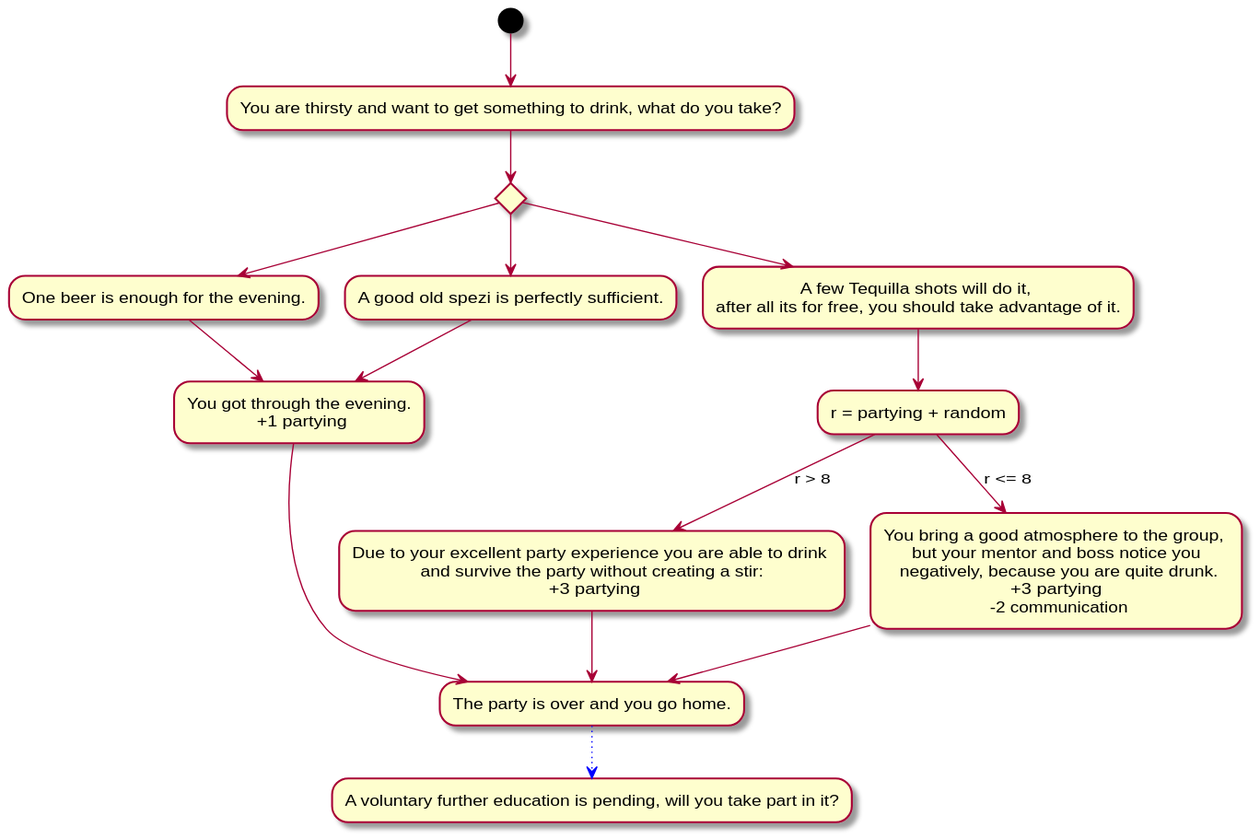
This is Docs/Technical Specifications/docs/diagrams/StoryFlow/StoryFlow_Decision_8.svg from Brotenko/QualityQuest, a PlantUML export, as it was before one commit. The source it was exported from:
```plantuml
@startuml
(*) --> "You are thirsty and want to get something to drink, what do you take?" as alc
if "" then
--> "One beer is enough for the evening." as genießen
genießen --> "You got through the evening.\n +1 partying" as party
else
--> "A good old spezi is perfectly sufficient."
--> party
else
--> "A few Tequilla shots will do it, \nafter all its for free, you should take advantage of it." as saufen

endif

saufen --> "r = partying + random" as r
r --> [r > 8] "Due to your excellent party experience you are able to drink \n and survive the party without creating a stir: \n +3 partying" as alci
r --> [r <= 8] "You bring a good atmosphere to the group, \n but your mentor and boss notice you \n negatively, because you are quite drunk.\n +3 partying \n -2 communication"
--> "The party is over and you go home." as hause
party --> hause
alci --> hause
-[#blue,dotted]-> "A voluntary further education is pending, will you take part in it?"
@enduml
```
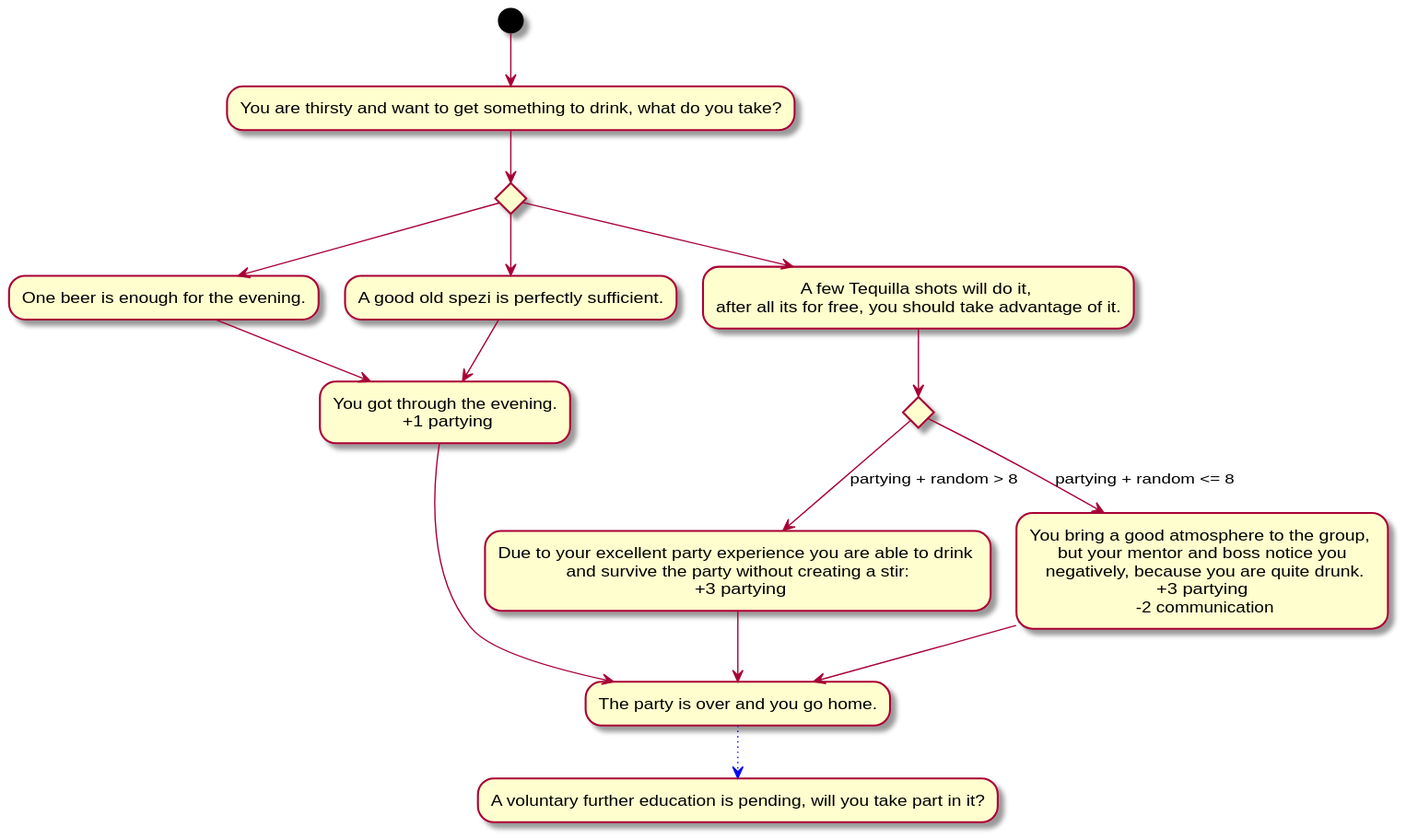
The same file after the commit.

What changed in the source:
```diff
@@ -8,12 +8,11 @@
 --> party
 else
 --> "A few Tequilla shots will do it, \nafter all its for free, you should take advantage of it." as saufen
-
+if "" then
+--> [partying + random > 8] "Due to your excellent party experience you are able to drink \n and survive the party without creating a stir: \n +3 partying" as alci
+else
+--> [partying + random <= 8] "You bring a good atmosphere to the group, \n but your mentor and boss notice you \n negatively, because you are quite drunk.\n +3 partying \n -2 communication"
 endif
-
-saufen --> "r = partying + random" as r
-r --> [r > 8] "Due to your excellent party experience you are able to drink \n and survive the party without creating a stir: \n +3 partying" as alci
-r --> [r <= 8] "You bring a good atmosphere to the group, \n but your mentor and boss notice you \n negatively, because you are quite drunk.\n +3 partying \n -2 communication"
 --> "The party is over and you go home." as hause
 party --> hause
 alci --> hause
```
